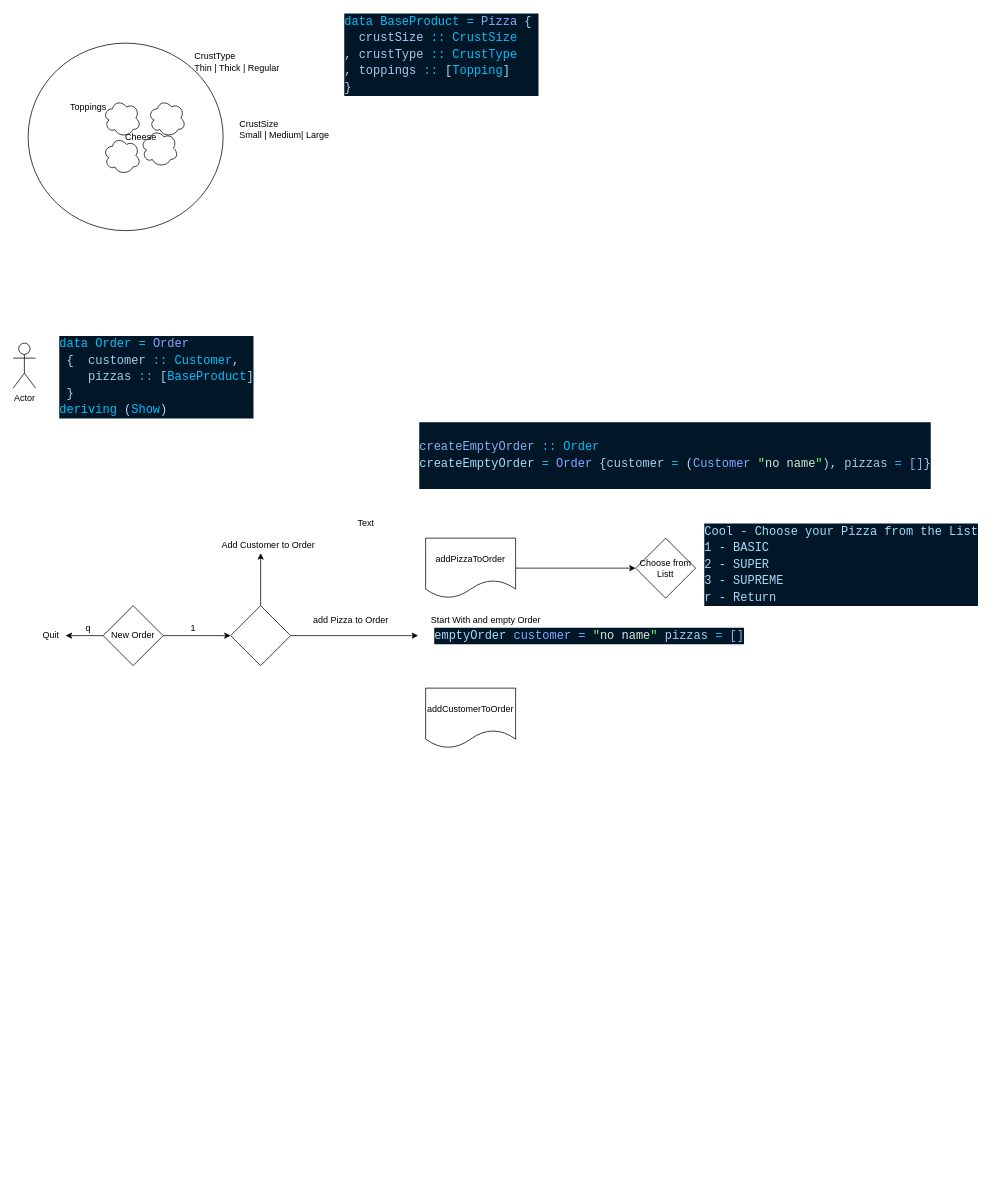
Above: Pizza.drawio in hoosainmadhi/Pizza (draw.io), before the change. Source tidied: cells renumbered, new cells numbered last; positions are measured from the earlier drawing's top-left corner, leaving out a move shared by most shapes. Both pictures are drawn from the tidied source at 75%, with x=0, y=0 at pixel (13, 13).
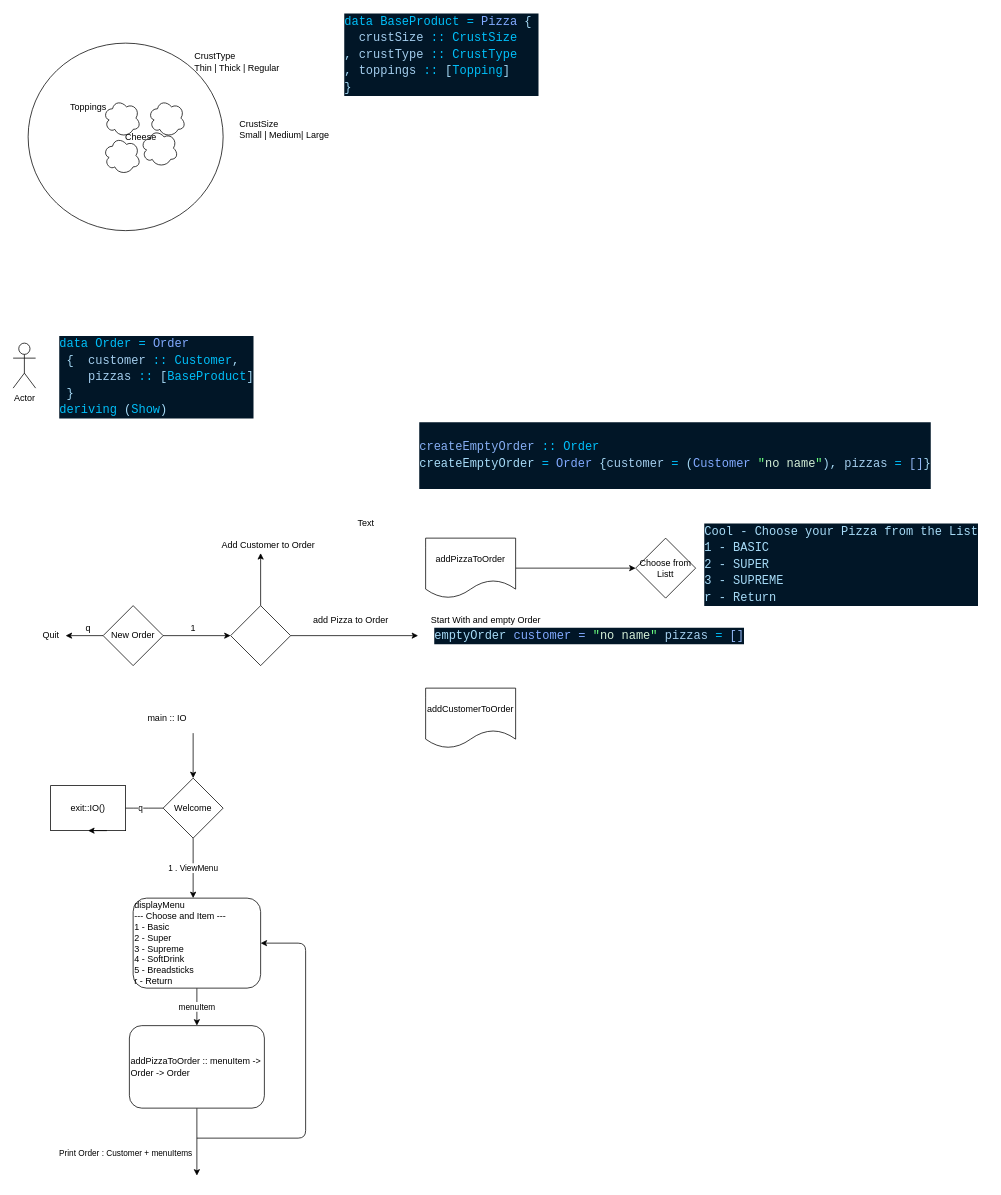
The same page after the edit.

Diff of the diagram source:
```diff
@@
+    <mxCell id="34" style="edgeStyle=none;html=1;" parent="1" edge="1" target="37">
+      <mxGeometry relative="1" as="geometry">
+        <mxPoint x="240" y="960" as="sourcePoint" />
+      </mxGeometry>
+    </mxCell>
+    <mxCell id="35" value="q" style="edgeStyle=none;html=1;" parent="1" edge="1" source="37">
+      <mxGeometry relative="1" as="geometry">
+        <mxPoint x="140" y="1060" as="targetPoint" />
+        <Array as="points">
+          <mxPoint x="170" y="1060" />
+        </Array>
+      </mxGeometry>
+    </mxCell>
+    <mxCell id="36" value="1 . ViewMenu" style="edgeStyle=none;html=1;exitX=0.5;exitY=1;exitDx=0;exitDy=0;" parent="1" edge="1" source="37">
+      <mxGeometry relative="1" as="geometry">
+        <mxPoint x="240" y="1180" as="targetPoint" />
+      </mxGeometry>
+    </mxCell>
+    <mxCell id="37" value="Welcome" style="rhombus;whiteSpace=wrap;html=1;" parent="1" vertex="1">
+      <mxGeometry x="200" y="1020" width="80" height="80" as="geometry" />
+    </mxCell>
+    <mxCell id="38" value="menuItem" style="edgeStyle=none;html=1;entryX=0.5;entryY=0;entryDx=0;entryDy=0;" parent="1" edge="1" source="39" target="42">
+      <mxGeometry relative="1" as="geometry" />
+    </mxCell>
+    <mxCell id="39" value="&lt;div&gt;displayMenu&lt;/div&gt;&lt;div&gt;--- Choose and Item ---&lt;/div&gt;&lt;div&gt;1 - Basic&lt;/div&gt;&lt;div&gt;2 - Super&lt;/div&gt;&lt;div&gt;3 - Supreme&lt;/div&gt;&lt;div&gt;4 - SoftDrink&lt;/div&gt;&lt;div&gt;5 - Breadsticks&lt;/div&gt;&lt;div&gt;r - Return&lt;/div&gt;" style="rounded=1;whiteSpace=wrap;html=1;align=left;" parent="1" vertex="1">
+      <mxGeometry x="160" y="1180" width="170" height="120" as="geometry" />
+    </mxCell>
+    <mxCell id="40" value="Print Order : Customer + menuItems" style="edgeStyle=none;html=1;entryX=0.5;entryY=0;entryDx=0;entryDy=0;" parent="1" edge="1" source="42">
+      <mxGeometry x="0.33" y="-95" relative="1" as="geometry">
+        <mxPoint x="245" y="1550" as="targetPoint" />
+      </mxGeometry>
+    </mxCell>
+    <mxCell id="41" style="edgeStyle=none;html=1;entryX=1;entryY=0.5;entryDx=0;entryDy=0;" parent="1" edge="1" target="39">
+      <mxGeometry relative="1" as="geometry">
+        <mxPoint x="245" y="1500" as="sourcePoint" />
+        <Array as="points">
+          <mxPoint x="390" y="1500" />
+          <mxPoint x="390" y="1240" />
+        </Array>
+      </mxGeometry>
+    </mxCell>
+    <mxCell id="42" value="addPizzaToOrder :: menuItem -&amp;gt; Order -&amp;gt; Order" style="rounded=1;whiteSpace=wrap;html=1;align=left;" parent="1" vertex="1">
+      <mxGeometry x="155" y="1350" width="180" height="110" as="geometry" />
+    </mxCell>
+    <mxCell id="43" value="exit::IO()" style="whiteSpace=wrap;html=1;" parent="1" vertex="1">
+      <mxGeometry x="50" y="1030" width="100" height="60" as="geometry" />
+    </mxCell>
+    <mxCell id="44" style="edgeStyle=none;html=1;exitX=0.75;exitY=1;exitDx=0;exitDy=0;entryX=0.5;entryY=1;entryDx=0;entryDy=0;" parent="1" edge="1" source="43" target="43">
+      <mxGeometry relative="1" as="geometry" />
+    </mxCell>
+    <mxCell id="45" value="main :: IO" style="text;html=1;align=center;verticalAlign=middle;strokeColor=none;" parent="1" vertex="1">
+      <mxGeometry x="170" y="930" width="70" height="20" as="geometry" />
+    </mxCell>
```
